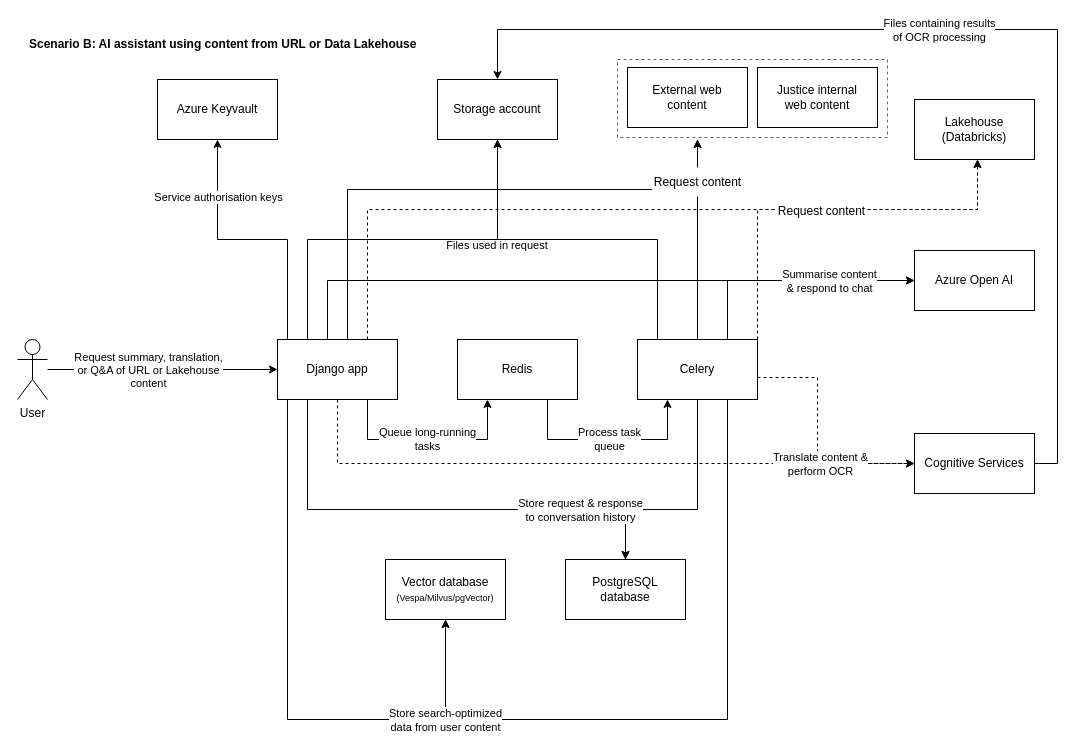
This is page "Data flow diagram B" (4 of 10) of diagrams/diagrams.drawio from justicecanada/otto, a draw.io file, before an edit. Source tidied: cells renumbered, new cells numbered last; positions are measured from the earlier drawing's top-left corner, leaving out a move shared by most shapes. Both pictures are drawn from the tidied source at 100%, with x=0, y=0 at pixel (17, 29).
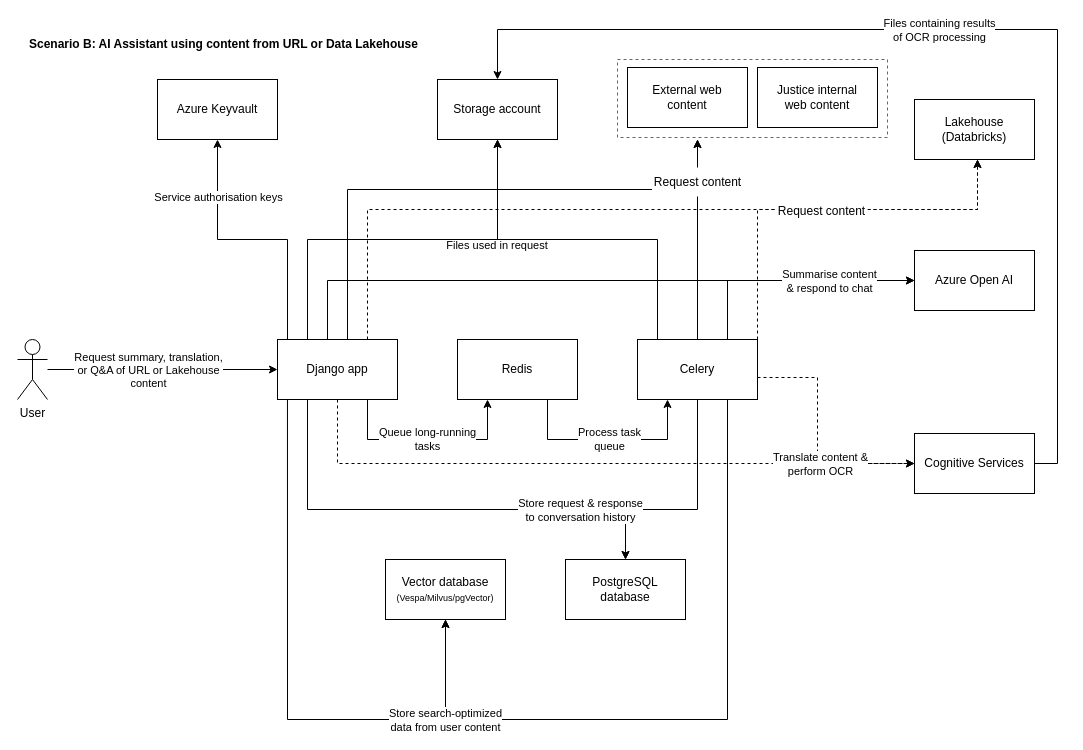
Above is the later version.

Change to the diagram source:
```diff
@@
-    <mxCell id="35" value="Scenario B: AI assistant using content from URL or Data Lakehouse" style="text;html=1;align=left;verticalAlign=middle;whiteSpace=wrap;rounded=0;fontStyle=1;" parent="1" vertex="1">
+    <mxCell id="35" value="Scenario B: AI Assistant using content from URL or Data Lakehouse" style="text;html=1;align=left;verticalAlign=middle;whiteSpace=wrap;rounded=0;fontStyle=1;" parent="1" vertex="1">
       <mxGeometry x="10" width="420" height="30" as="geometry" />
     </mxCell>
```
